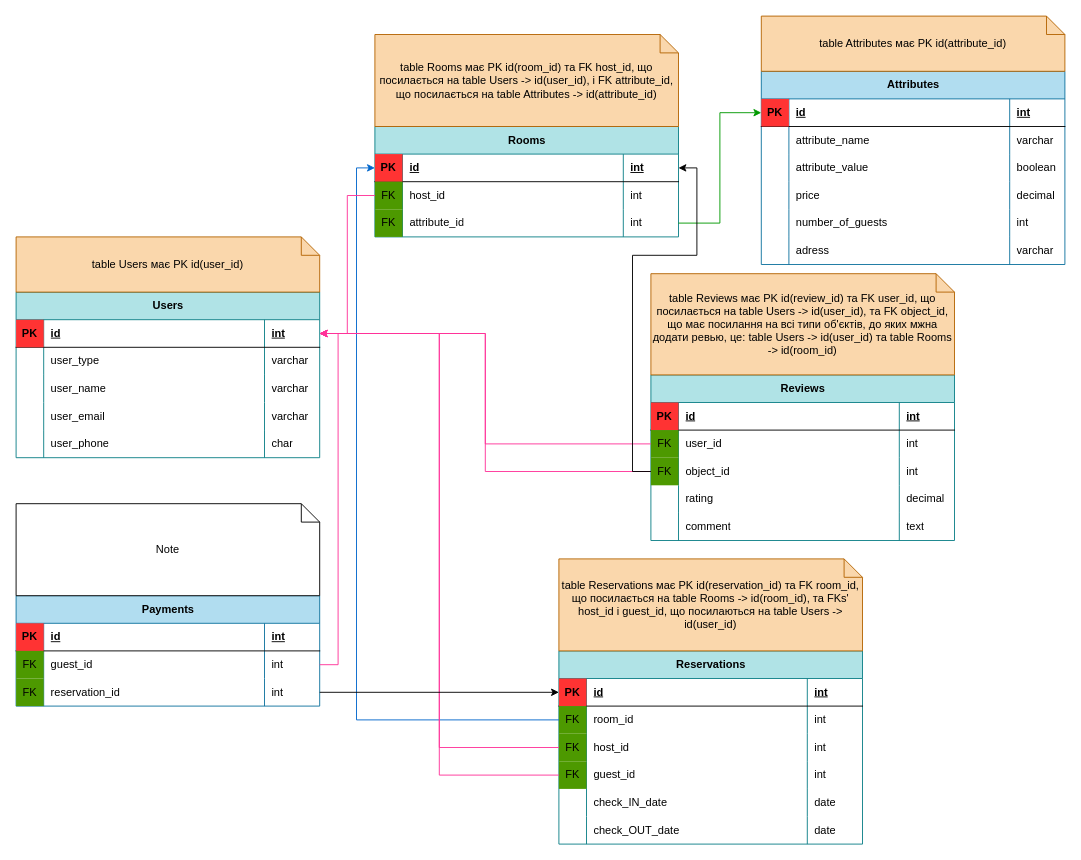
Earlier version of the draw.io diagram airbnb_diagram.drawio (Olha-Zhernosek/projector_homeworks). Source tidied: cells renumbered, new cells numbered last; positions are measured from the earlier drawing's top-left corner, leaving out a move shared by most shapes. Both pictures are drawn from the tidied source at 92%, with x=0, y=0 at pixel (16, 16).
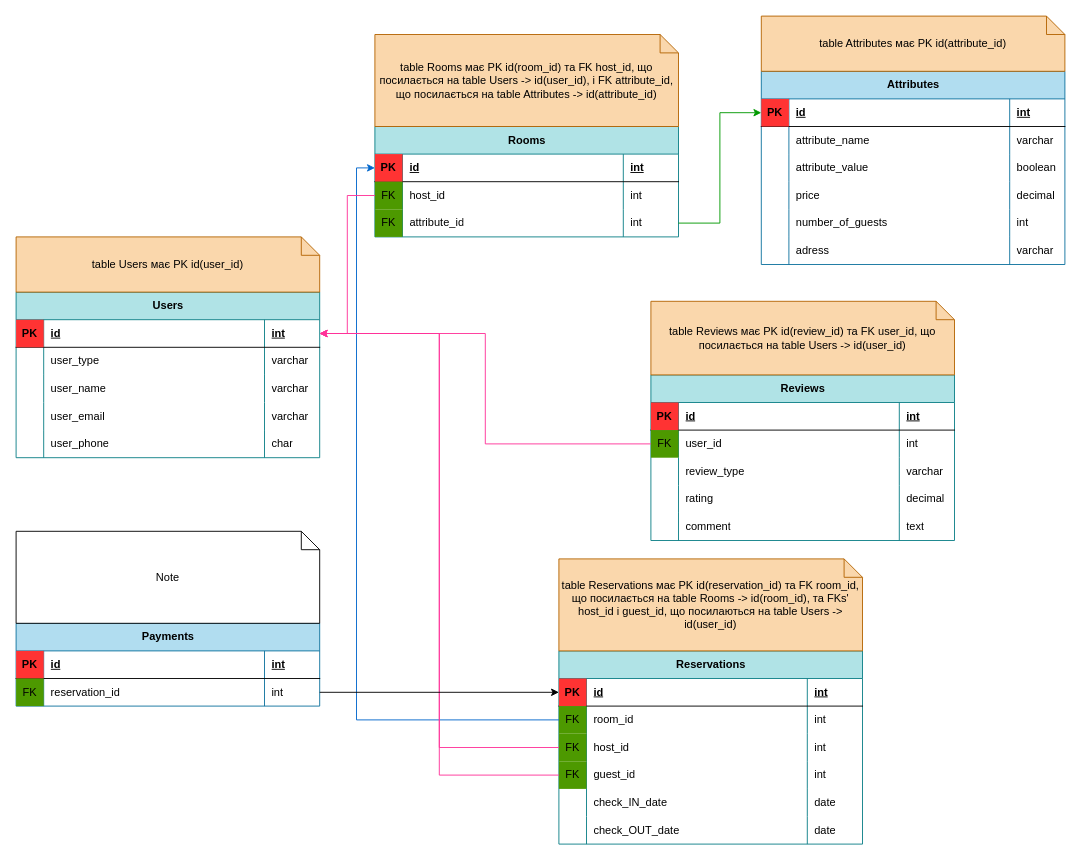
The same diagram, later.

The change refers to these unchanged cells:
```xml
<mxCell id="3" style="shape=tableRow;horizontal=0;startSize=0;swimlaneHead=0;swimlaneBody=0;fillColor=none;points=[[0,0.5],[1,0.5]];portConstraint=eastwest;top=0;left=0;right=0;bottom=1;" parent="2" vertex="1">
  <mxGeometry y="30" width="330" height="30" as="geometry" />
</mxCell>
<mxCell id="32" style="shape=tableRow;horizontal=0;startSize=0;swimlaneHead=0;swimlaneBody=0;fillColor=none;points=[[0,0.5],[1,0.5]];portConstraint=eastwest;top=0;left=0;right=0;bottom=0;" parent="23" vertex="1">
  <mxGeometry y="90" width="330" height="30" as="geometry" />
</mxCell>
<mxCell id="70" style="shape=tableRow;horizontal=0;startSize=0;swimlaneHead=0;swimlaneBody=0;fillColor=none;points=[[0,0.5],[1,0.5]];portConstraint=eastwest;top=0;left=0;right=0;bottom=1;" parent="69" vertex="1">
  <mxGeometry y="30" width="330" height="30" as="geometry" />
</mxCell>
```

Diff of the diagram source:
```diff
@@
-    <mxCell id="33" value="FK" style="shape=partialRectangle;fillColor=#4D9900;top=0;left=0;bottom=0;right=0;overflow=hidden;whiteSpace=wrap;html=1;" parent="32" vertex="1">
+    <mxCell id="33" style="shape=partialRectangle;fillColor=none;top=0;left=0;bottom=0;right=0;overflow=hidden;whiteSpace=wrap;html=1;" parent="32" vertex="1">
       <mxGeometry width="30" height="30" as="geometry" />
     </mxCell>
-    <mxCell id="34" value="object_id" style="shape=partialRectangle;fillColor=none;top=0;left=0;bottom=0;right=0;align=left;spacingLeft=6;overflow=hidden;whiteSpace=wrap;html=1;" parent="32" vertex="1">
+    <mxCell id="34" value="review_type" style="shape=partialRectangle;fillColor=none;top=0;left=0;bottom=0;right=0;align=left;spacingLeft=6;overflow=hidden;whiteSpace=wrap;html=1;" parent="32" vertex="1">
       <mxGeometry x="30" width="240" height="30" as="geometry" />
     </mxCell>
-    <mxCell id="35" value="int" style="shape=partialRectangle;fillColor=none;top=0;left=0;bottom=0;right=0;align=left;spacingLeft=6;overflow=hidden;whiteSpace=wrap;html=1;" parent="32" vertex="1">
+    <mxCell id="35" value="varchar" style="shape=partialRectangle;fillColor=none;top=0;left=0;bottom=0;right=0;align=left;spacingLeft=6;overflow=hidden;whiteSpace=wrap;html=1;" parent="32" vertex="1">
       <mxGeometry x="270" width="60" height="30" as="geometry" />
     </mxCell>
@@
     <mxCell id="113" value="Payments" style="shape=table;startSize=30;childLayout=tableLayout;rowLines=0;fontStyle=1;align=center;html=1;fillColor=#b1ddf0;strokeColor=#10739e;" parent="1" vertex="1">
-      <mxGeometry y="630" width="330" height="120" as="geometry" />
+      <mxGeometry y="660" width="330" height="90" as="geometry" />
     </mxCell>
@@
-    <mxCell id="118" style="shape=tableRow;horizontal=0;startSize=0;swimlaneHead=0;swimlaneBody=0;fillColor=none;points=[[0,0.5],[1,0.5]];portConstraint=eastwest;top=0;left=0;right=0;bottom=0;" parent="113" vertex="1">
-      <mxGeometry y="60" width="330" height="30" as="geometry" />
-    </mxCell>
-    <mxCell id="119" value="FK" style="shape=partialRectangle;fillColor=#4D9900;top=0;left=0;bottom=0;right=0;overflow=hidden;whiteSpace=wrap;html=1;" parent="118" vertex="1">
-      <mxGeometry width="30" height="30" as="geometry" />
-    </mxCell>
-    <mxCell id="120" value="guest_id" style="shape=partialRectangle;fillColor=none;top=0;left=0;bottom=0;right=0;align=left;spacingLeft=6;overflow=hidden;whiteSpace=wrap;html=1;" parent="118" vertex="1">
-      <mxGeometry x="30" width="240" height="30" as="geometry" />
-    </mxCell>
-    <mxCell id="121" value="int" style="shape=partialRectangle;fillColor=none;top=0;left=0;bottom=0;right=0;align=left;spacingLeft=6;overflow=hidden;whiteSpace=wrap;html=1;" parent="118" vertex="1">
-      <mxGeometry x="270" width="60" height="30" as="geometry" />
-    </mxCell>
     <mxCell id="122" style="shape=tableRow;horizontal=0;startSize=0;swimlaneHead=0;swimlaneBody=0;fillColor=none;points=[[0,0.5],[1,0.5]];portConstraint=eastwest;top=0;left=0;right=0;bottom=0;" parent="113" vertex="1">
-      <mxGeometry y="90" width="330" height="30" as="geometry" />
+      <mxGeometry y="60" width="330" height="30" as="geometry" />
     </mxCell>
@@
-    <mxCell id="126" style="edgeStyle=orthogonalEdgeStyle;rounded=0;jettySize=auto;html=1;exitX=1;exitY=0.5;exitDx=0;exitDy=0;entryX=1;entryY=0.5;entryDx=0;entryDy=0;strokeColor=#FF3399;" parent="1" edge="1" source="118" target="3">
-      <mxGeometry relative="1" as="geometry" />
-    </mxCell>
-    <mxCell id="127" style="edgeStyle=orthogonalEdgeStyle;rounded=0;jettySize=auto;html=1;exitX=0;exitY=0.5;exitDx=0;exitDy=0;entryX=1;entryY=0.5;entryDx=0;entryDy=0;strokeColor=#FF3399;" parent="1" edge="1" source="32" target="3">
-      <mxGeometry relative="1" as="geometry" />
-    </mxCell>
@@
-    <mxCell id="131" value="table Reviews має PK id(review_id) та FK user_id, що посилається на table Users -&amp;gt; id(user_id), та FK object_id, що має посилання на всі типи об'єктів, до яких мжна додати ревью, це: table Users -&amp;gt; id(user_id) та table Rooms -&amp;gt; id(room_id)" style="shape=note;size=20;whiteSpace=wrap;html=1;fillColor=#fad7ac;strokeColor=#b46504;" parent="1" vertex="1">
-      <mxGeometry x="690" y="280" width="330" height="110" as="geometry" />
+    <mxCell id="131" value="table Reviews має PK id(review_id) та FK user_id, що посилається на table Users -&amp;gt; id(user_id)" style="shape=note;size=20;whiteSpace=wrap;html=1;fillColor=#fad7ac;strokeColor=#b46504;" parent="1" vertex="1">
+      <mxGeometry x="690" y="310" width="330" height="80" as="geometry" />
     </mxCell>
@@
-    <mxCell id="133" style="edgeStyle=orthogonalEdgeStyle;rounded=0;jettySize=auto;html=1;exitX=0;exitY=0.5;exitDx=0;exitDy=0;entryX=1;entryY=0.5;entryDx=0;entryDy=0;" parent="1" edge="1" source="32" target="70">
-      <mxGeometry relative="1" as="geometry">
-        <Array as="points">
-          <mxPoint x="670" y="495" />
-          <mxPoint x="670" y="260" />
-          <mxPoint x="740" y="260" />
-          <mxPoint x="740" y="165" />
-        </Array>
-      </mxGeometry>
-    </mxCell>
@@
     <mxCell id="135" value="Note" style="shape=note;size=20;whiteSpace=wrap;html=1;" parent="1" vertex="1">
-      <mxGeometry y="530" width="330" height="100" as="geometry" />
+      <mxGeometry y="560" width="330" height="100" as="geometry" />
     </mxCell>
```
